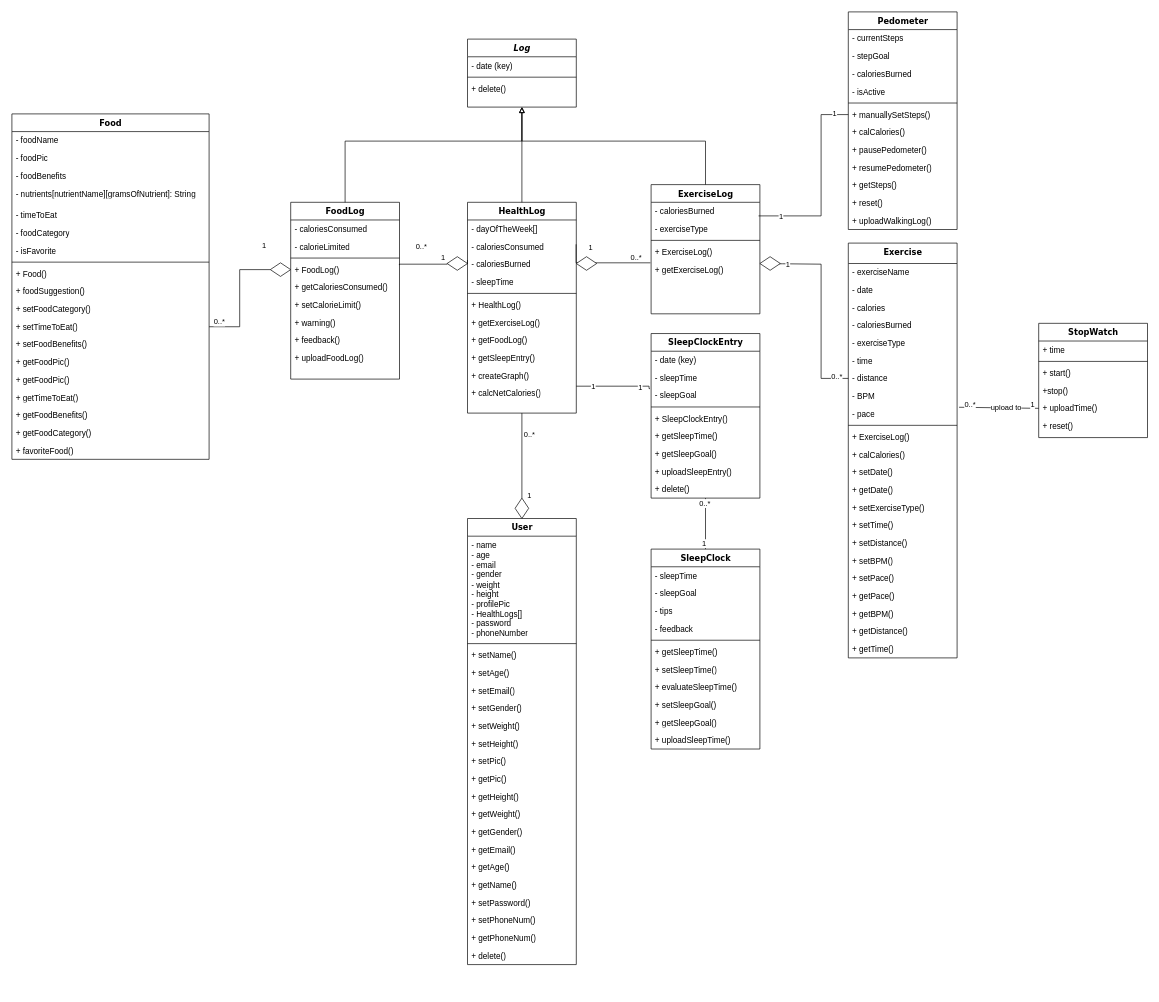
The draw.io diagram Health App Class Diagram.drawio in Esaied19/Team-Albatross, before the edit. Source tidied: cells renumbered, new cells numbered last; positions are measured from the earlier drawing's top-left corner, leaving out a move shared by most shapes. Both pictures are drawn from the tidied source at 68%, with x=0, y=0 at pixel (12, 12).
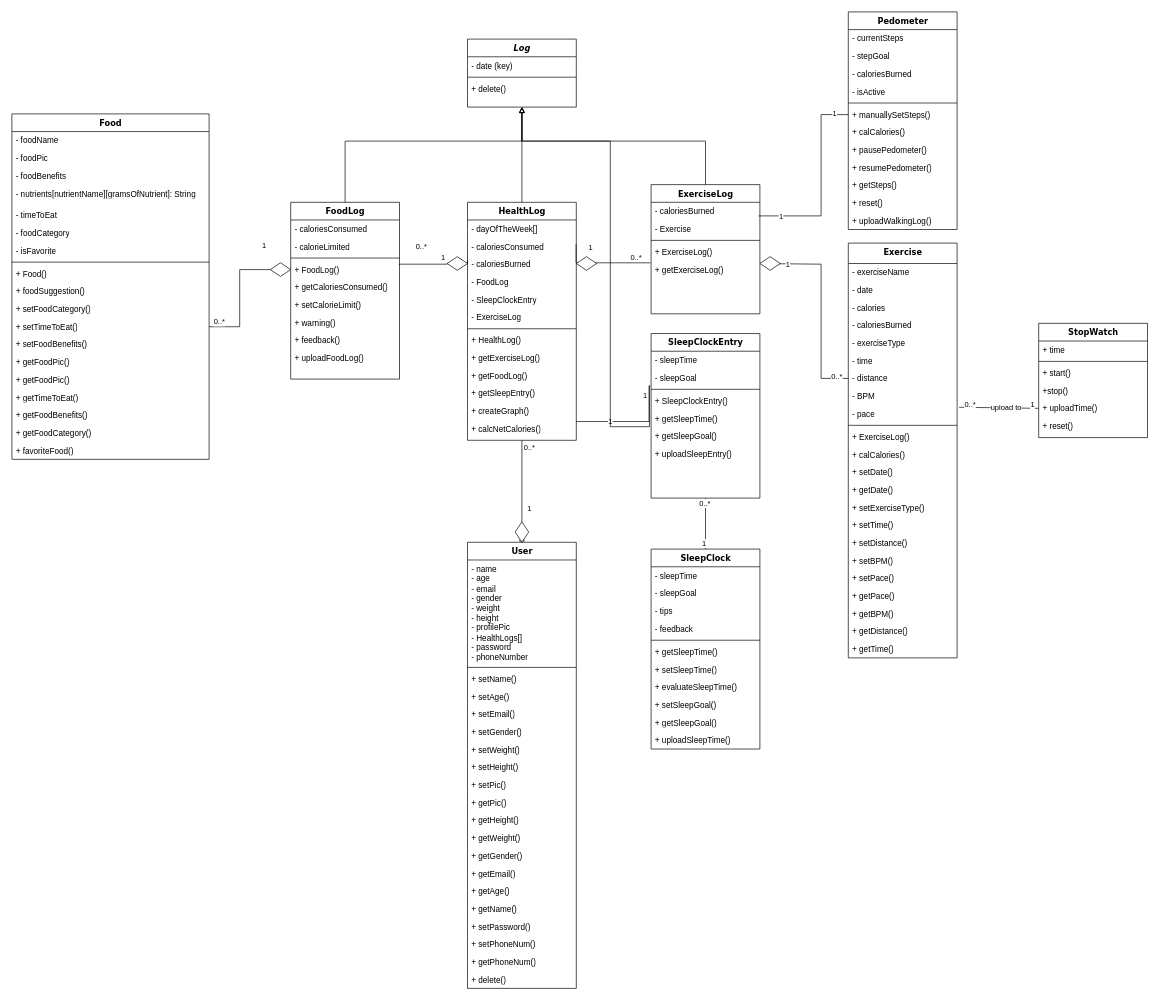
Above is the later version.

Unchanged cells that the change refers to:
```xml
<mxCell id="73" value="SleepClockEntry" style="swimlane;html=1;fontStyle=1;align=center;verticalAlign=top;horizontal=1;startSize=26;swimlaneFillColor=#ffffff;rounded=0;shadow=0;comic=0;labelBackgroundColor=none;strokeWidth=1;fillColor=none;fontFamily=Verdana;fontSize=12;strokeColor=default;fontColor=default;" parent="1" vertex="1">
  <mxGeometry x="940" y="473" width="160" height="242" as="geometry" />
</mxCell>
<mxCell id="115" value="ExerciseLog" style="swimlane;html=1;fontStyle=1;align=center;verticalAlign=top;horizontal=1;startSize=26;swimlaneFillColor=#ffffff;rounded=0;shadow=0;comic=0;labelBackgroundColor=none;strokeWidth=1;fillColor=none;fontFamily=Verdana;fontSize=12;strokeColor=default;fontColor=default;" parent="1" vertex="1">
  <mxGeometry x="940" y="254" width="160" height="190" as="geometry" />
</mxCell>
<mxCell id="175" value="&lt;i&gt;Log&lt;/i&gt;" style="swimlane;html=1;fontStyle=1;align=center;verticalAlign=top;horizontal=1;startSize=26;swimlaneFillColor=#ffffff;rounded=0;shadow=0;comic=0;labelBackgroundColor=none;strokeWidth=1;fillColor=none;fontFamily=Verdana;fontSize=12;strokeColor=default;fontColor=default;" parent="1" vertex="1">
  <mxGeometry x="670" y="40" width="160" height="100" as="geometry" />
</mxCell>
```

The edit, as a diff of the source:
```diff
@@
     <mxCell id="2" value="User" style="swimlane;html=1;fontStyle=1;align=center;verticalAlign=top;horizontal=1;startSize=26;swimlaneFillColor=#ffffff;rounded=0;shadow=0;comic=0;labelBackgroundColor=none;strokeWidth=1;fillColor=none;fontFamily=Verdana;fontSize=12;strokeColor=default;fontColor=default;" parent="1" vertex="1">
-      <mxGeometry x="670" y="745" width="160" height="656" as="geometry" />
+      <mxGeometry x="670" y="780" width="160" height="656" as="geometry" />
     </mxCell>
@@
-    <mxCell id="67" style="edgeStyle=orthogonalEdgeStyle;rounded=0;jettySize=auto;html=1;entryX=0.502;entryY=1.094;entryDx=0;entryDy=0;entryPerimeter=0;labelBackgroundColor=default;fontColor=default;endArrow=none;endFill=0;strokeColor=default;exitX=-0.01;exitY=0.115;exitDx=0;exitDy=0;exitPerimeter=0;" parent="1" edge="1" source="76" target="132">
+    <mxCell id="67" style="edgeStyle=orthogonalEdgeStyle;rounded=0;jettySize=auto;html=1;entryX=0.502;entryY=1.094;entryDx=0;entryDy=0;entryPerimeter=0;labelBackgroundColor=default;fontColor=default;endArrow=none;endFill=0;strokeColor=default;" parent="1" edge="1" target="132">
       <mxGeometry relative="1" as="geometry">
+        <mxPoint x="937" y="550" as="sourcePoint" />
         <Array as="points">
           <mxPoint x="937" y="554" />
           <mxPoint x="937" y="550" />
         </Array>
       </mxGeometry>
     </mxCell>
@@
-    <mxCell id="74" value="- date (key)" style="text;html=1;strokeColor=none;fillColor=none;align=left;verticalAlign=top;spacingLeft=4;spacingRight=4;whiteSpace=wrap;overflow=hidden;fontColor=default;" parent="73" vertex="1">
-      <mxGeometry y="26" width="160" height="26" as="geometry" />
-    </mxCell>
     <mxCell id="75" value="- sleepTime" style="text;html=1;strokeColor=none;fillColor=none;align=left;verticalAlign=top;spacingLeft=4;spacingRight=4;whiteSpace=wrap;overflow=hidden;fontColor=default;" parent="73" vertex="1">
-      <mxGeometry y="52" width="160" height="26" as="geometry" />
+      <mxGeometry y="26" width="160" height="26" as="geometry" />
     </mxCell>
     <mxCell id="76" value="- sleepGoal" style="text;html=1;strokeColor=none;fillColor=none;align=left;verticalAlign=top;spacingLeft=4;spacingRight=4;whiteSpace=wrap;overflow=hidden;points=[[0,0.5],[1,0.5]];portConstraint=eastwest;" parent="73" vertex="1">
-      <mxGeometry y="78" width="160" height="26" as="geometry" />
+      <mxGeometry y="52" width="160" height="26" as="geometry" />
     </mxCell>
     <mxCell id="77" style="line;html=1;strokeWidth=1;fillColor=none;align=left;verticalAlign=middle;spacingTop=-1;spacingLeft=3;spacingRight=3;labelPosition=right;strokeColor=default;labelBackgroundColor=default;fontColor=default;" parent="73" vertex="1">
-      <mxGeometry y="104" width="160" height="8" as="geometry" />
+      <mxGeometry y="78" width="160" height="8" as="geometry" />
     </mxCell>
     <mxCell id="78" value="+ SleepClockEntry()" style="text;html=1;strokeColor=none;fillColor=none;align=left;verticalAlign=top;spacingLeft=4;spacingRight=4;whiteSpace=wrap;overflow=hidden;" parent="73" vertex="1">
-      <mxGeometry y="112" width="160" height="26" as="geometry" />
+      <mxGeometry y="86" width="160" height="26" as="geometry" />
     </mxCell>
     <mxCell id="79" value="+ getSleepTime()" style="text;html=1;strokeColor=none;fillColor=none;align=left;verticalAlign=top;spacingLeft=4;spacingRight=4;whiteSpace=wrap;overflow=hidden;" parent="73" vertex="1">
-      <mxGeometry y="138" width="160" height="26" as="geometry" />
+      <mxGeometry y="112" width="160" height="26" as="geometry" />
     </mxCell>
     <mxCell id="80" value="+ getSleepGoal()" style="text;html=1;strokeColor=none;fillColor=none;align=left;verticalAlign=top;spacingLeft=4;spacingRight=4;whiteSpace=wrap;overflow=hidden;" parent="73" vertex="1">
-      <mxGeometry y="164" width="160" height="26" as="geometry" />
+      <mxGeometry y="138" width="160" height="26" as="geometry" />
     </mxCell>
     <mxCell id="81" value="+ uploadSleepEntry()" style="text;html=1;strokeColor=none;fillColor=none;align=left;verticalAlign=top;spacingLeft=4;spacingRight=4;whiteSpace=wrap;overflow=hidden;" parent="73" vertex="1">
-      <mxGeometry y="190" width="160" height="26" as="geometry" />
+      <mxGeometry y="164" width="160" height="26" as="geometry" />
     </mxCell>
-    <mxCell id="82" value="+ delete()" style="text;html=1;strokeColor=none;fillColor=none;align=left;verticalAlign=top;spacingLeft=4;spacingRight=4;whiteSpace=wrap;overflow=hidden;" parent="73" vertex="1">
-      <mxGeometry y="216" width="160" height="26" as="geometry" />
-    </mxCell>
@@
-    <mxCell id="117" value="- exerciseType" style="text;html=1;strokeColor=none;fillColor=none;align=left;verticalAlign=top;spacingLeft=4;spacingRight=4;whiteSpace=wrap;overflow=hidden;fontColor=default;" parent="115" vertex="1">
+    <mxCell id="117" value="- Exercise" style="text;html=1;strokeColor=none;fillColor=none;align=left;verticalAlign=top;spacingLeft=4;spacingRight=4;whiteSpace=wrap;overflow=hidden;fontColor=default;" parent="115" vertex="1">
       <mxGeometry y="52" width="160" height="26" as="geometry" />
     </mxCell>
@@
     <mxCell id="122" value="HealthLog" style="swimlane;html=1;fontStyle=1;align=center;verticalAlign=top;horizontal=1;startSize=26;swimlaneFillColor=#ffffff;rounded=0;shadow=0;comic=0;labelBackgroundColor=none;strokeWidth=1;fillColor=none;fontFamily=Verdana;fontSize=12;strokeColor=default;fontColor=default;" parent="1" vertex="1">
-      <mxGeometry x="670" y="280" width="160" height="310" as="geometry" />
+      <mxGeometry x="670" y="280" width="160" height="350" as="geometry" />
     </mxCell>
@@
+    <mxCell id="179" value="- FoodLog" style="text;html=1;strokeColor=none;fillColor=none;align=left;verticalAlign=top;spacingLeft=4;spacingRight=4;whiteSpace=wrap;overflow=hidden;fontColor=default;" parent="122" vertex="1">
+      <mxGeometry y="104" width="160" height="26" as="geometry" />
+    </mxCell>
-    <mxCell id="126" value="- sleepTime" style="text;html=1;strokeColor=none;fillColor=none;align=left;verticalAlign=top;spacingLeft=4;spacingRight=4;whiteSpace=wrap;overflow=hidden;fontColor=default;" parent="122" vertex="1">
-      <mxGeometry y="104" width="160" height="26" as="geometry" />
+    <mxCell id="126" value="- SleepClockEntry" style="text;html=1;strokeColor=none;fillColor=none;align=left;verticalAlign=top;spacingLeft=4;spacingRight=4;whiteSpace=wrap;overflow=hidden;fontColor=default;" parent="122" vertex="1">
+      <mxGeometry y="130" width="160" height="26" as="geometry" />
     </mxCell>
+    <mxCell id="180" value="- ExerciseLog" style="text;html=1;strokeColor=none;fillColor=none;align=left;verticalAlign=top;spacingLeft=4;spacingRight=4;whiteSpace=wrap;overflow=hidden;fontColor=default;" parent="122" vertex="1">
+      <mxGeometry y="156" width="160" height="26" as="geometry" />
+    </mxCell>
     <mxCell id="127" style="line;html=1;strokeWidth=1;fillColor=none;align=left;verticalAlign=middle;spacingTop=-1;spacingLeft=3;spacingRight=3;labelPosition=right;strokeColor=default;labelBackgroundColor=default;fontColor=default;" parent="122" vertex="1">
-      <mxGeometry y="130" width="160" height="8" as="geometry" />
+      <mxGeometry y="182" width="160" height="8" as="geometry" />
     </mxCell>
     <mxCell id="128" value="+ HealthLog()" style="text;html=1;strokeColor=none;fillColor=none;align=left;verticalAlign=top;spacingLeft=4;spacingRight=4;whiteSpace=wrap;overflow=hidden;fontColor=default;" parent="122" vertex="1">
-      <mxGeometry y="138" width="160" height="26" as="geometry" />
+      <mxGeometry y="190" width="160" height="26" as="geometry" />
     </mxCell>
     <mxCell id="129" value="+ getExerciseLog()" style="text;html=1;strokeColor=none;fillColor=none;align=left;verticalAlign=top;spacingLeft=4;spacingRight=4;whiteSpace=wrap;overflow=hidden;fontColor=default;" parent="122" vertex="1">
-      <mxGeometry y="164" width="160" height="26" as="geometry" />
+      <mxGeometry y="216" width="160" height="26" as="geometry" />
     </mxCell>
     <mxCell id="130" value="+ getFoodLog()" style="text;html=1;strokeColor=none;fillColor=none;align=left;verticalAlign=top;spacingLeft=4;spacingRight=4;whiteSpace=wrap;overflow=hidden;fontColor=default;" parent="122" vertex="1">
-      <mxGeometry y="190" width="160" height="26" as="geometry" />
+      <mxGeometry y="242" width="160" height="26" as="geometry" />
     </mxCell>
     <mxCell id="131" value="+ getSleepEntry()" style="text;html=1;strokeColor=none;fillColor=none;align=left;verticalAlign=top;spacingLeft=4;spacingRight=4;whiteSpace=wrap;overflow=hidden;fontColor=default;" parent="122" vertex="1">
-      <mxGeometry y="216" width="160" height="26" as="geometry" />
+      <mxGeometry y="268" width="160" height="26" as="geometry" />
     </mxCell>
     <mxCell id="132" value="+ createGraph()" style="text;html=1;strokeColor=none;fillColor=none;align=left;verticalAlign=top;spacingLeft=4;spacingRight=4;whiteSpace=wrap;overflow=hidden;points=[[0,0.5],[1,0.5]];portConstraint=eastwest;" parent="122" vertex="1">
-      <mxGeometry y="242" width="160" height="26" as="geometry" />
+      <mxGeometry y="294" width="160" height="26" as="geometry" />
     </mxCell>
     <mxCell id="133" value="+ calcNetCalories()" style="text;html=1;strokeColor=none;fillColor=none;align=left;verticalAlign=top;spacingLeft=4;spacingRight=4;whiteSpace=wrap;overflow=hidden;fontColor=default;" parent="122" vertex="1">
-      <mxGeometry y="268" width="160" height="26" as="geometry" />
+      <mxGeometry y="320" width="160" height="26" as="geometry" />
     </mxCell>
@@
+    <mxCell id="181" style="edgeStyle=orthogonalEdgeStyle;rounded=0;jettySize=auto;html=1;exitX=0;exitY=0;exitDx=0;exitDy=0;endArrow=block;endFill=0;" parent="1" edge="1" source="172">
+      <mxGeometry relative="1" as="geometry">
+        <mxPoint x="750" y="770" as="targetPoint" />
+      </mxGeometry>
+    </mxCell>
     <mxCell id="172" style="rhombus;whiteSpace=wrap;html=1;rotation=-180;direction=south;" parent="1" vertex="1">
-      <mxGeometry x="740" y="715" width="20" height="30" as="geometry" />
+      <mxGeometry x="740" y="750" width="20" height="30" as="geometry" />
     </mxCell>
     <mxCell id="173" value="1" style="edgeLabel;html=1;align=center;verticalAlign=middle;fontColor=default;" parent="1" vertex="1">
-      <mxGeometry x="760" y="710" as="geometry" />
+      <mxGeometry x="760" y="730" as="geometry" />
     </mxCell>
     <mxCell id="174" value="0..*" style="edgeLabel;html=1;align=center;verticalAlign=middle;fontColor=default;" parent="1" vertex="1">
-      <mxGeometry x="760" y="620" as="geometry" />
+      <mxGeometry x="760" y="640" as="geometry" />
     </mxCell>
@@
+    <mxCell id="182" style="edgeStyle=orthogonalEdgeStyle;rounded=0;jettySize=auto;html=1;exitX=-0.015;exitY=0.907;exitDx=0;exitDy=0;entryX=0.5;entryY=1;entryDx=0;entryDy=0;endArrow=block;endFill=0;exitPerimeter=0;" parent="1" edge="1" source="76" target="175">
+      <mxGeometry relative="1" as="geometry">
+        <Array as="points">
+          <mxPoint x="938" y="610" />
+          <mxPoint x="880" y="610" />
+          <mxPoint x="880" y="190" />
+          <mxPoint x="750" y="190" />
+        </Array>
+      </mxGeometry>
+    </mxCell>
```
